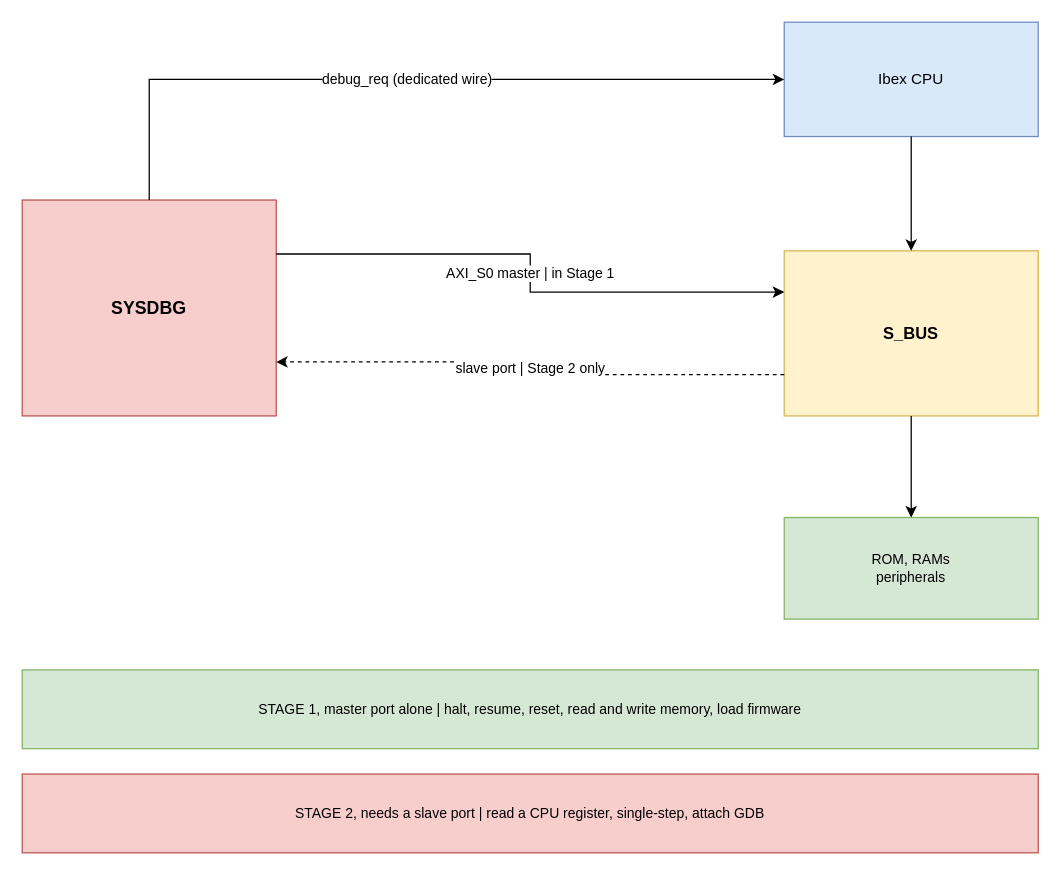
Before: doc/drawio/QNSC_SYSDBG_Ports.drawio in quynhonsemiconductor/vlsi_deep_training, a draw.io diagram. Source tidied: cells renumbered, new cells numbered last; positions are measured from the earlier drawing's top-left corner, leaving out a move shared by most shapes. Both pictures are drawn from the tidied source at 127%, with x=0, y=0 at pixel (22, 22).
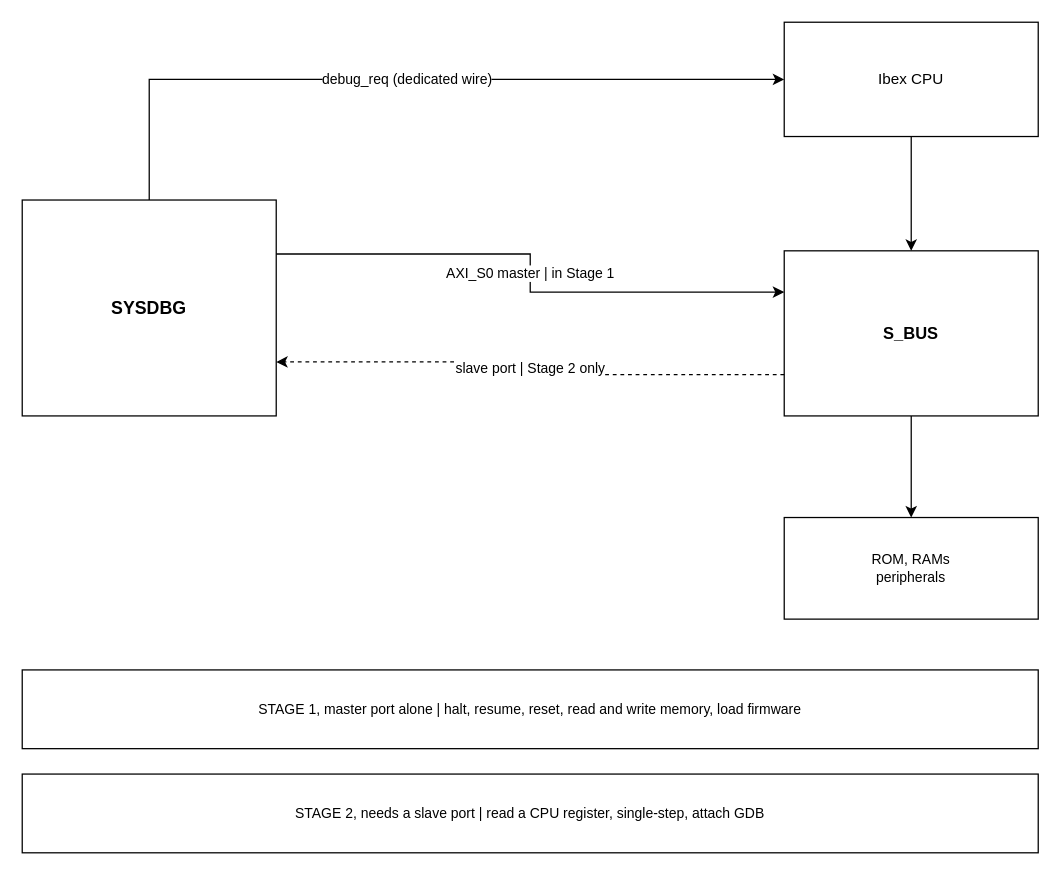
Above is the later version.

Change to the diagram source:
```diff
@@
 <mxGraphModel>
   <root>
     <mxCell id="0" />
     <mxCell id="1" parent="0" />
-    <mxCell id="2" value="SYSDBG" style="rounded=0;whiteSpace=wrap;html=1;fillColor=#f8cecc;strokeColor=#b85450;fontSize=14;dashed=0;fontStyle=1;verticalAlign=middle;" parent="1" vertex="1">
+    <mxCell id="2" value="SYSDBG" style="rounded=0;whiteSpace=wrap;html=1;fillColor=#ffffff;strokeColor=#000000;fontSize=14;dashed=0;fontStyle=1;verticalAlign=middle;" parent="1" vertex="1">
       <mxGeometry y="140" width="200" height="170" as="geometry" />
     </mxCell>
-    <mxCell id="3" value="Ibex CPU" style="rounded=0;whiteSpace=wrap;html=1;fillColor=#dae8fc;strokeColor=#6c8ebf;fontSize=12;dashed=0;verticalAlign=middle;" parent="1" vertex="1">
+    <mxCell id="3" value="Ibex CPU" style="rounded=0;whiteSpace=wrap;html=1;fillColor=#ffffff;strokeColor=#000000;fontSize=12;dashed=0;verticalAlign=middle;" parent="1" vertex="1">
       <mxGeometry x="600" width="200" height="90" as="geometry" />
     </mxCell>
-    <mxCell id="4" value="S_BUS" style="rounded=0;whiteSpace=wrap;html=1;fillColor=#fff2cc;strokeColor=#d6b656;fontSize=13;dashed=0;fontStyle=1;verticalAlign=middle;" parent="1" vertex="1">
+    <mxCell id="4" value="S_BUS" style="rounded=0;whiteSpace=wrap;html=1;fillColor=#ffffff;strokeColor=#000000;fontSize=13;dashed=0;fontStyle=1;verticalAlign=middle;" parent="1" vertex="1">
       <mxGeometry x="600" y="180" width="200" height="130" as="geometry" />
     </mxCell>
-    <mxCell id="5" value="ROM, RAMs&#10;peripherals" style="rounded=0;whiteSpace=wrap;html=1;fillColor=#d5e8d4;strokeColor=#82b366;fontSize=11;dashed=0;verticalAlign=middle;" parent="1" vertex="1">
+    <mxCell id="5" value="ROM, RAMs&#10;peripherals" style="rounded=0;whiteSpace=wrap;html=1;fillColor=#ffffff;strokeColor=#000000;fontSize=11;dashed=0;verticalAlign=middle;" parent="1" vertex="1">
       <mxGeometry x="600" y="390" width="200" height="80" as="geometry" />
     </mxCell>
-    <mxCell id="6" value="STAGE 1, master port alone | halt, resume, reset, read and write memory, load firmware" style="rounded=0;whiteSpace=wrap;html=1;fillColor=#d5e8d4;strokeColor=#82b366;fontSize=11;dashed=0;verticalAlign=middle;" parent="1" vertex="1">
+    <mxCell id="6" value="STAGE 1, master port alone | halt, resume, reset, read and write memory, load firmware" style="rounded=0;whiteSpace=wrap;html=1;fillColor=#ffffff;strokeColor=#000000;fontSize=11;dashed=0;verticalAlign=middle;" parent="1" vertex="1">
       <mxGeometry y="510" width="800" height="62" as="geometry" />
     </mxCell>
-    <mxCell id="7" value="STAGE 2, needs a slave port | read a CPU register, single-step, attach GDB" style="rounded=0;whiteSpace=wrap;html=1;fillColor=#f8cecc;strokeColor=#b85450;fontSize=11;dashed=0;verticalAlign=middle;" parent="1" vertex="1">
+    <mxCell id="7" value="STAGE 2, needs a slave port | read a CPU register, single-step, attach GDB" style="rounded=0;whiteSpace=wrap;html=1;fillColor=#ffffff;strokeColor=#000000;fontSize=11;dashed=0;verticalAlign=middle;" parent="1" vertex="1">
       <mxGeometry y="592" width="800" height="62" as="geometry" />
     </mxCell>
     <mxCell id="8" value="debug_req  (dedicated wire)" style="edgeStyle=orthogonalEdgeStyle;rounded=0;html=1;exitX=0.5;exitY=0.0;entryX=0.0;entryY=0.5;exitDx=0;exitDy=0;entryDx=0;entryDy=0;" parent="1" edge="1" source="2" target="3">
       <mxGeometry relative="1" as="geometry" />
     </mxCell>
     <mxCell id="9" value="AXI_S0 master | in Stage 1" style="edgeStyle=orthogonalEdgeStyle;rounded=0;html=1;exitX=1.0;exitY=0.25;entryX=0.0;entryY=0.25;exitDx=0;exitDy=0;entryDx=0;entryDy=0;" parent="1" edge="1" source="2" target="4">
       <mxGeometry relative="1" as="geometry" />
     </mxCell>
     <mxCell id="10" value="slave port | Stage 2 only" style="edgeStyle=orthogonalEdgeStyle;rounded=0;html=1;exitX=0.0;exitY=0.75;entryX=1.0;entryY=0.75;exitDx=0;exitDy=0;entryDx=0;entryDy=0;dashed=1;" parent="1" edge="1" source="4" target="2">
       <mxGeometry relative="1" as="geometry" />
     </mxCell>
     <mxCell id="11" style="edgeStyle=orthogonalEdgeStyle;rounded=0;html=1;exitX=0.5;exitY=1.0;entryX=0.5;entryY=0.0;exitDx=0;exitDy=0;entryDx=0;entryDy=0;" parent="1" edge="1" source="3" target="4">
       <mxGeometry relative="1" as="geometry" />
     </mxCell>
     <mxCell id="12" style="edgeStyle=orthogonalEdgeStyle;rounded=0;html=1;exitX=0.5;exitY=1.0;entryX=0.5;entryY=0.0;exitDx=0;exitDy=0;entryDx=0;entryDy=0;" parent="1" edge="1" source="4" target="5">
       <mxGeometry relative="1" as="geometry" />
     </mxCell>
   </root>
 </mxGraphModel>
```
